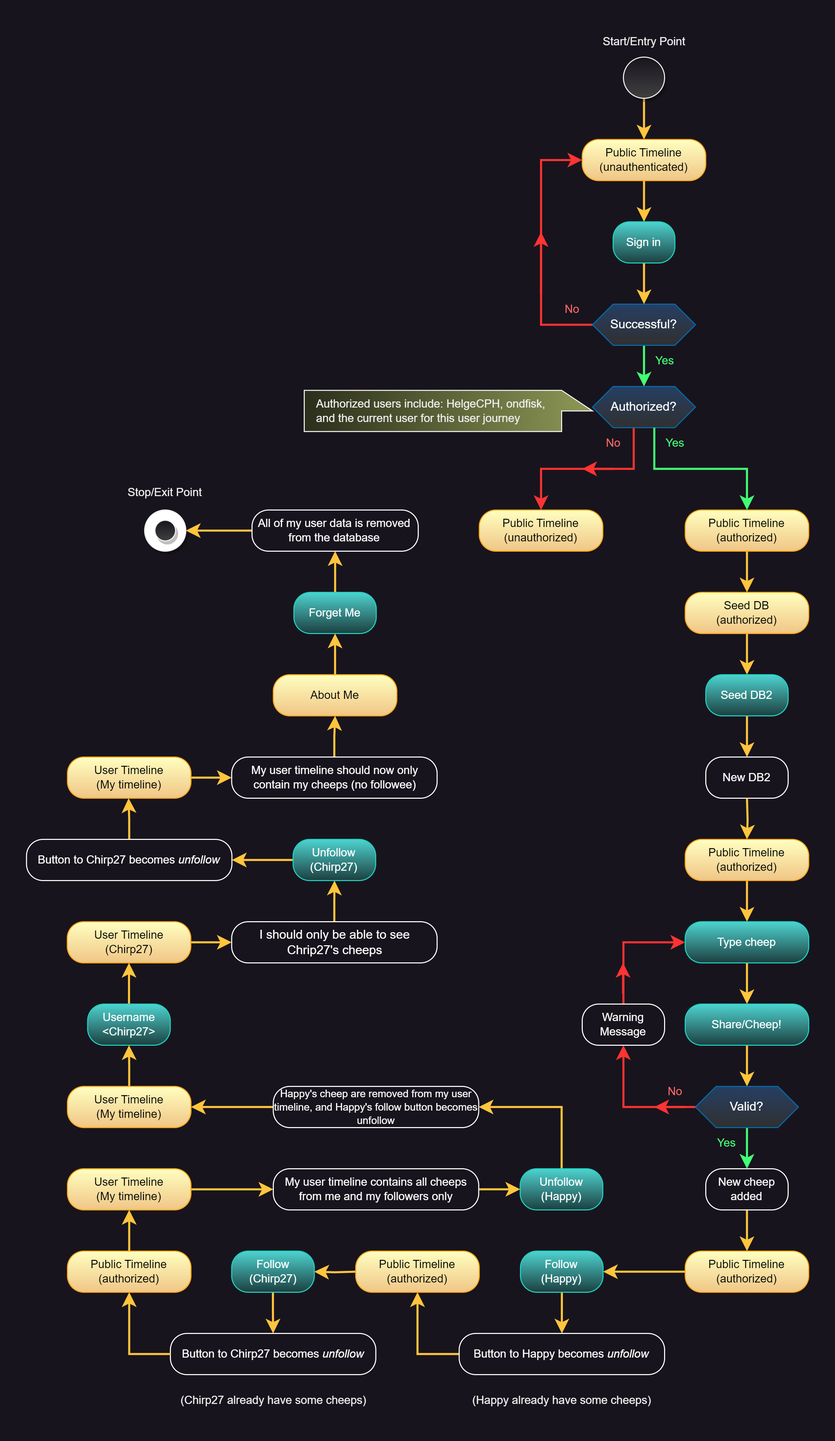
The draw.io diagram docs/images/User_Activity_Diagram2.png in ITU-BDSA23-GROUP27/Chirp, before a commit. Source tidied: cells renumbered, new cells last; positions are measured from the earlier drawing's top-left corner, leaving out a move shared by most shapes.
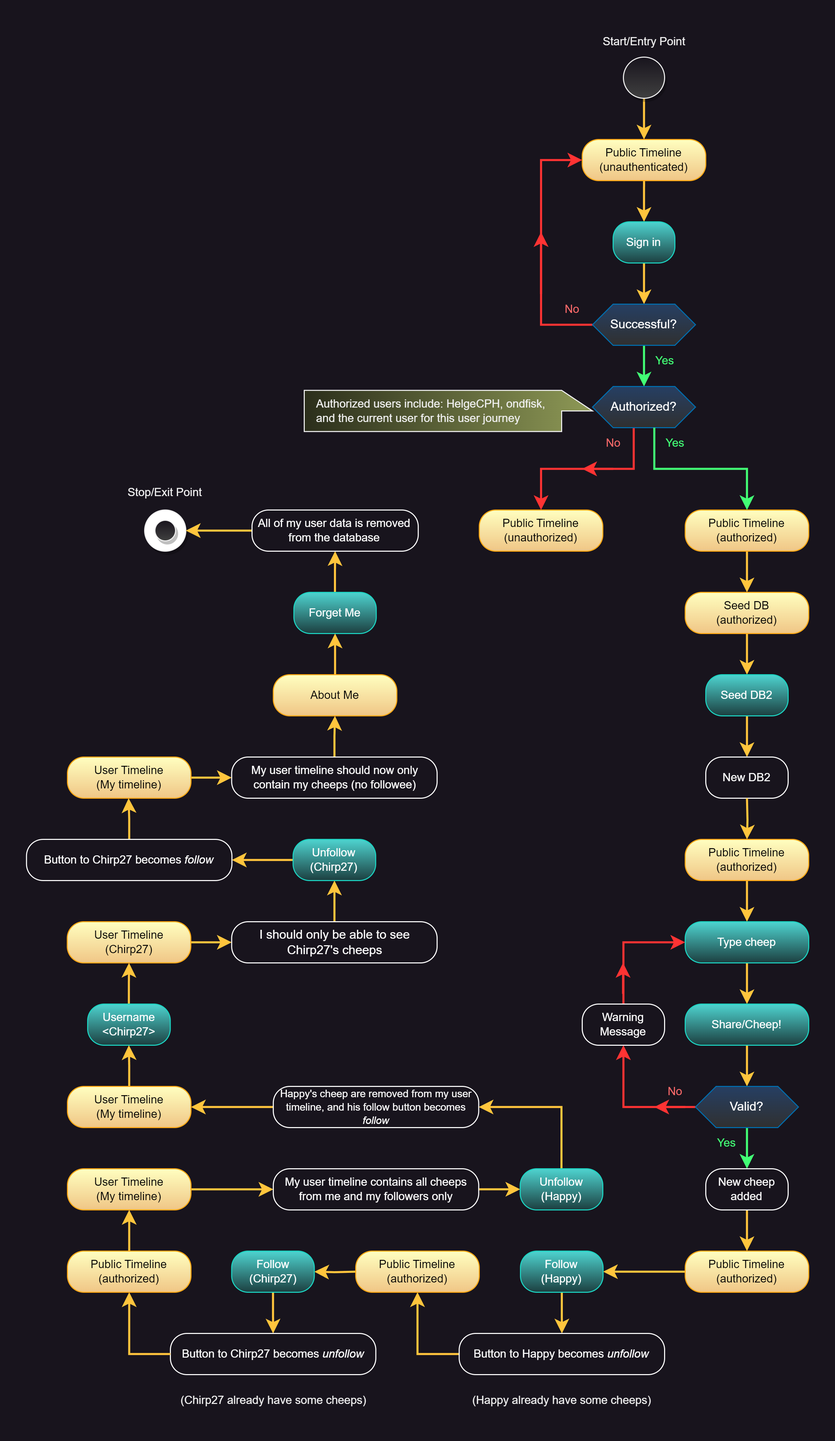
After the change.

Commit message:
Fixed some wording on UI Testing user journey

What changed in the source:
```diff
@@ -315,7 +315,7 @@
     <mxCell id="77" style="edgeStyle=orthogonalEdgeStyle;shape=connector;rounded=0;jettySize=auto;html=1;labelBackgroundColor=default;strokeColor=#FFC53D;strokeWidth=2;align=center;verticalAlign=bottom;fontFamily=Helvetica;fontSize=11;fontColor=default;endArrow=classic;endFill=1;endSize=8;" parent="1" edge="1" source="78" target="88">
       <mxGeometry relative="1" as="geometry" />
     </mxCell>
-    <mxCell id="78" value="&lt;font style=&quot;font-size: 10px;&quot; color=&quot;#ffffff&quot;&gt;Happy's cheep are removed from my user timeline, and Happy's follow button becomes unfollow&lt;/font&gt;" style="rounded=1;whiteSpace=wrap;html=1;arcSize=40;fontColor=#000000;fillColor=none;strokeColor=#FFFFFF;gradientColor=#1C3F40;fontFamily=Helvetica;fontSize=11;" parent="1" vertex="1">
+    <mxCell id="78" value="&lt;font style=&quot;font-size: 10px;&quot; color=&quot;#ffffff&quot;&gt;Happy's cheep are removed from my user timeline, and his follow button becomes &lt;i&gt;follow&lt;/i&gt;&lt;/font&gt;" style="rounded=1;whiteSpace=wrap;html=1;arcSize=40;fontColor=#000000;fillColor=none;strokeColor=#FFFFFF;gradientColor=#1C3F40;fontFamily=Helvetica;fontSize=11;" parent="1" vertex="1">
       <mxGeometry x="239.9" y="1030" width="199.5" height="40" as="geometry" />
     </mxCell>
     <mxCell id="79" style="edgeStyle=orthogonalEdgeStyle;shape=connector;rounded=0;jettySize=auto;html=1;labelBackgroundColor=default;strokeColor=#FFC53D;strokeWidth=2;align=center;verticalAlign=bottom;fontFamily=Helvetica;fontSize=11;fontColor=default;endArrow=classic;endFill=1;endSize=8;" parent="1" edge="1" source="80" target="82">
@@ -333,7 +333,7 @@
     <mxCell id="83" style="edgeStyle=orthogonalEdgeStyle;shape=connector;rounded=0;jettySize=auto;html=1;labelBackgroundColor=default;strokeColor=#FFC53D;strokeWidth=2;align=center;verticalAlign=bottom;fontFamily=Helvetica;fontSize=11;fontColor=default;endArrow=classic;endFill=1;endSize=8;" parent="1" edge="1" source="84" target="86">
       <mxGeometry relative="1" as="geometry" />
     </mxCell>
-    <mxCell id="84" value="&lt;font style=&quot;font-size: 12px;&quot; color=&quot;#ffffff&quot;&gt;I should only be able to see Chrip27's cheeps&lt;/font&gt;" style="rounded=1;whiteSpace=wrap;html=1;arcSize=40;fontColor=#000000;fillColor=none;strokeColor=#FFFFFF;gradientColor=#1C3F40;fontFamily=Helvetica;fontSize=11;" parent="1" vertex="1">
+    <mxCell id="84" value="&lt;font style=&quot;font-size: 12px;&quot; color=&quot;#ffffff&quot;&gt;I should only be able to see Chirp27's cheeps&lt;/font&gt;" style="rounded=1;whiteSpace=wrap;html=1;arcSize=40;fontColor=#000000;fillColor=none;strokeColor=#FFFFFF;gradientColor=#1C3F40;fontFamily=Helvetica;fontSize=11;" parent="1" vertex="1">
       <mxGeometry x="199.5" y="870" width="199.5" height="40" as="geometry" />
     </mxCell>
     <mxCell id="85" style="edgeStyle=orthogonalEdgeStyle;shape=connector;rounded=0;jettySize=auto;html=1;labelBackgroundColor=default;strokeColor=#FFC53D;strokeWidth=2;align=center;verticalAlign=bottom;fontFamily=Helvetica;fontSize=11;fontColor=default;endArrow=classic;endFill=1;endSize=8;" parent="1" edge="1" source="86" target="90">
@@ -353,7 +353,7 @@
         <mxPoint x="99.4" y="750" as="targetPoint" />
       </mxGeometry>
     </mxCell>
-    <mxCell id="90" value="&lt;font color=&quot;#ffffff&quot;&gt;Button to Chirp27 becomes &lt;i&gt;unfollow&lt;/i&gt;&lt;/font&gt;" style="rounded=1;whiteSpace=wrap;html=1;arcSize=40;fontColor=#000000;fillColor=none;strokeColor=#FFFFFF;gradientColor=#1C3F40;fontFamily=Helvetica;fontSize=11;" parent="1" vertex="1">
+    <mxCell id="90" value="&lt;font color=&quot;#ffffff&quot;&gt;Button to Chirp27 becomes &lt;i&gt;follow&lt;/i&gt;&lt;/font&gt;" style="rounded=1;whiteSpace=wrap;html=1;arcSize=40;fontColor=#000000;fillColor=none;strokeColor=#FFFFFF;gradientColor=#1C3F40;fontFamily=Helvetica;fontSize=11;" parent="1" vertex="1">
       <mxGeometry x="0.2" y="790" width="199.5" height="40" as="geometry" />
     </mxCell>
     <mxCell id="91" style="edgeStyle=orthogonalEdgeStyle;shape=connector;rounded=0;jettySize=auto;html=1;labelBackgroundColor=default;strokeColor=#FFC53D;strokeWidth=2;align=center;verticalAlign=bottom;fontFamily=Helvetica;fontSize=11;fontColor=default;endArrow=classic;endFill=1;endSize=8;exitX=1;exitY=0.5;exitDx=0;exitDy=0;" parent="1" edge="1" source="98" target="93">
```
